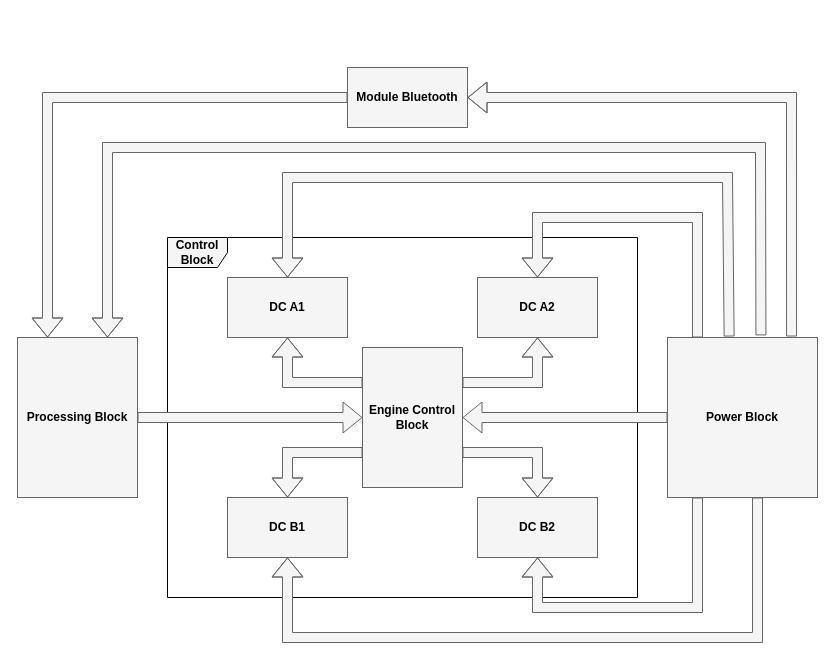
Above: Block Diagram.drawio in lil-dua/arduino_bluetooth_car (draw.io), before the change. Source tidied: cells renumbered, new cells numbered last; positions are measured from the earlier drawing's top-left corner, leaving out a move shared by most shapes. Both pictures are drawn from the tidied source at 100%, with x=0, y=0 at pixel (17, 67).
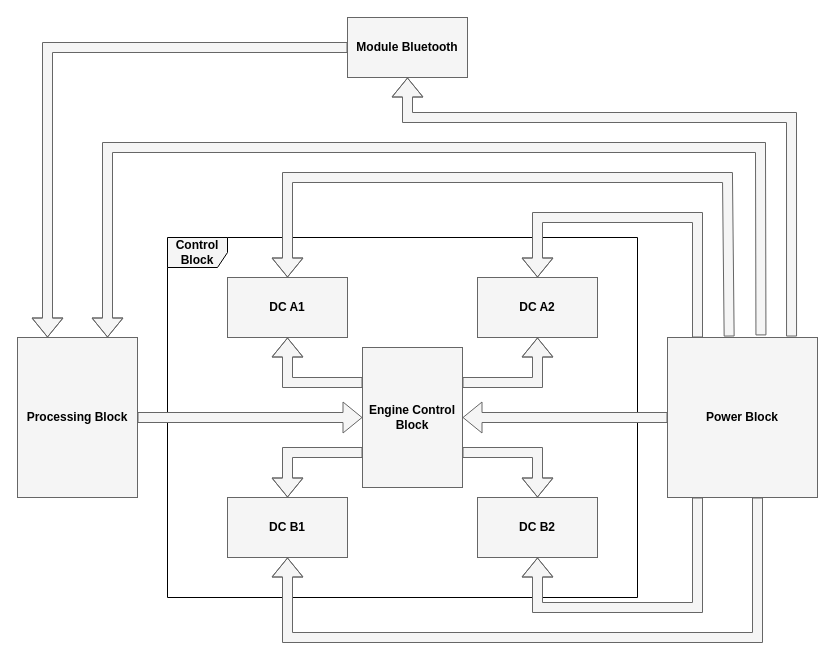
Above is the later version.

Unchanged cells that the change refers to:
```xml
<mxCell id="2" value="&lt;font color=&quot;#000000&quot;&gt;&lt;b&gt;Processing Block&lt;/b&gt;&lt;/font&gt;" style="rounded=0;whiteSpace=wrap;html=1;fillColor=#f5f5f5;strokeColor=#666666;fontColor=#333333;" parent="1" vertex="1">
  <mxGeometry y="270" width="120" height="160" as="geometry" />
</mxCell>
<mxCell id="10" value="&lt;font color=&quot;#000000&quot;&gt;&lt;b&gt;Power Block&lt;/b&gt;&lt;/font&gt;" style="rounded=0;whiteSpace=wrap;html=1;fillColor=#f5f5f5;fontColor=#333333;strokeColor=#666666;" parent="1" vertex="1">
  <mxGeometry x="650" y="270" width="150" height="160" as="geometry" />
</mxCell>
```

Change to the diagram source:
```diff
@@
     <mxCell id="9" value="&lt;font color=&quot;#000000&quot;&gt;&lt;b&gt;Module Bluetooth&lt;/b&gt;&lt;/font&gt;" style="rounded=0;whiteSpace=wrap;html=1;fillColor=#f5f5f5;fontColor=#333333;strokeColor=#666666;" parent="1" vertex="1">
-      <mxGeometry x="330" width="120" height="60" as="geometry" />
+      <mxGeometry x="330" y="-50" width="120" height="60" as="geometry" />
     </mxCell>
@@
     <mxCell id="17" style="shape=flexArrow;endArrow=classic;html=1;rounded=0;entryX=0.25;entryY=0;entryDx=0;entryDy=0;exitX=0;exitY=0.5;exitDx=0;exitDy=0;fillColor=#f5f5f5;strokeColor=#666666;" parent="1" edge="1" source="9" target="2">
       <mxGeometry relative="1" as="geometry">
         <Array as="points">
-          <mxPoint x="30" y="30" />
+          <mxPoint x="30" y="-20" />
         </Array>
       </mxGeometry>
     </mxCell>
@@
-    <mxCell id="19" style="shape=flexArrow;endArrow=classic;html=1;rounded=0;exitX=0.827;exitY=-0.006;exitDx=0;exitDy=0;entryX=1;entryY=0.5;entryDx=0;entryDy=0;fillColor=#f5f5f5;strokeColor=#666666;exitPerimeter=0;" parent="1" edge="1" source="10" target="9">
+    <mxCell id="19" style="shape=flexArrow;endArrow=classic;html=1;rounded=0;exitX=0.827;exitY=-0.006;exitDx=0;exitDy=0;entryX=0.5;entryY=1;entryDx=0;entryDy=0;fillColor=#f5f5f5;strokeColor=#666666;exitPerimeter=0;" parent="1" edge="1" source="10" target="9">
       <mxGeometry relative="1" as="geometry">
         <Array as="points">
-          <mxPoint x="774" y="30" />
+          <mxPoint x="774" y="50" />
+          <mxPoint x="390" y="50" />
         </Array>
       </mxGeometry>
     </mxCell>
```
